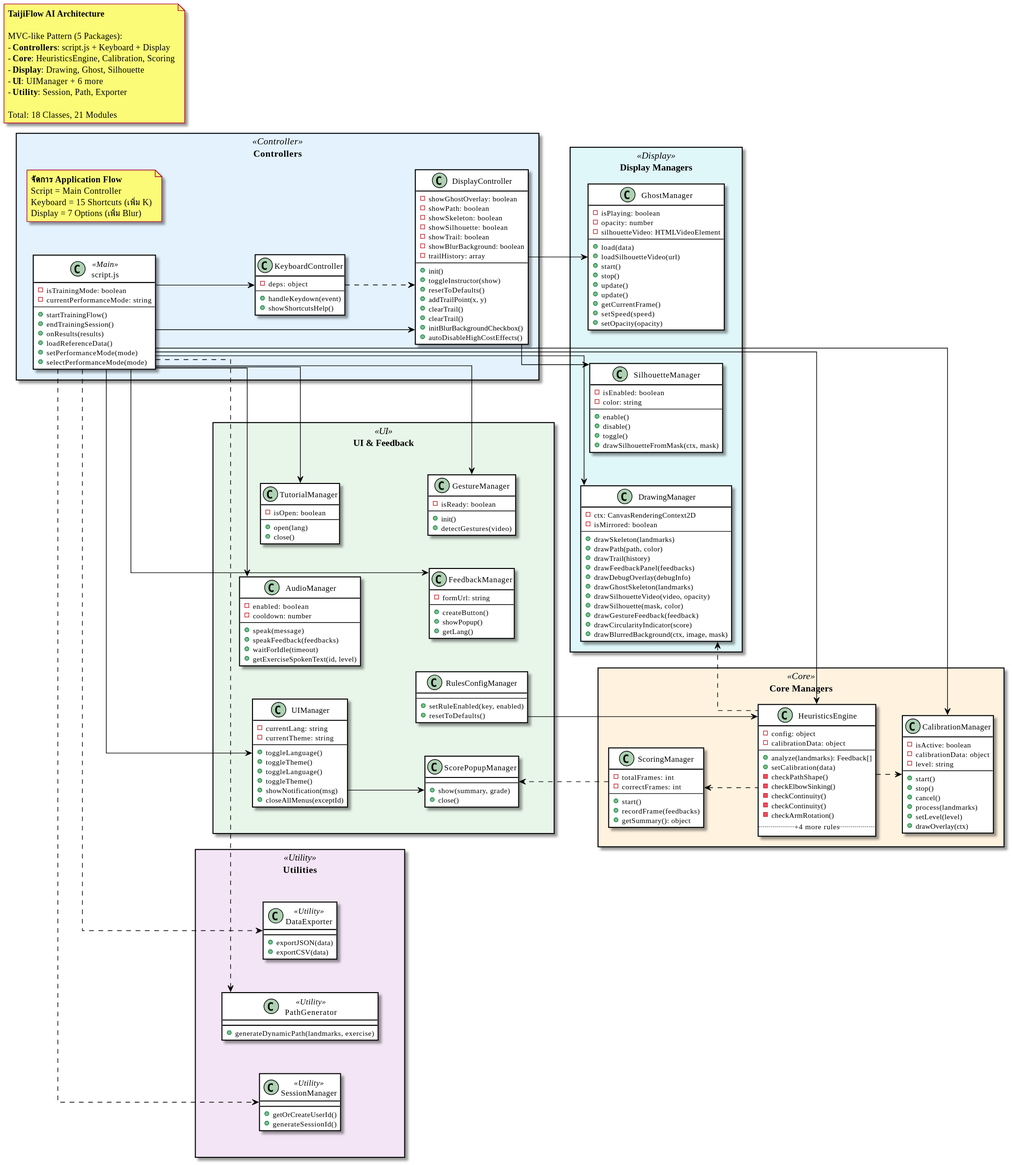
Above: out/docs/diagrams/ClassDiagram/TaijiFlow_Class_Diagram.svg in vyut/TaijiFlow (PlantUML), before the change.
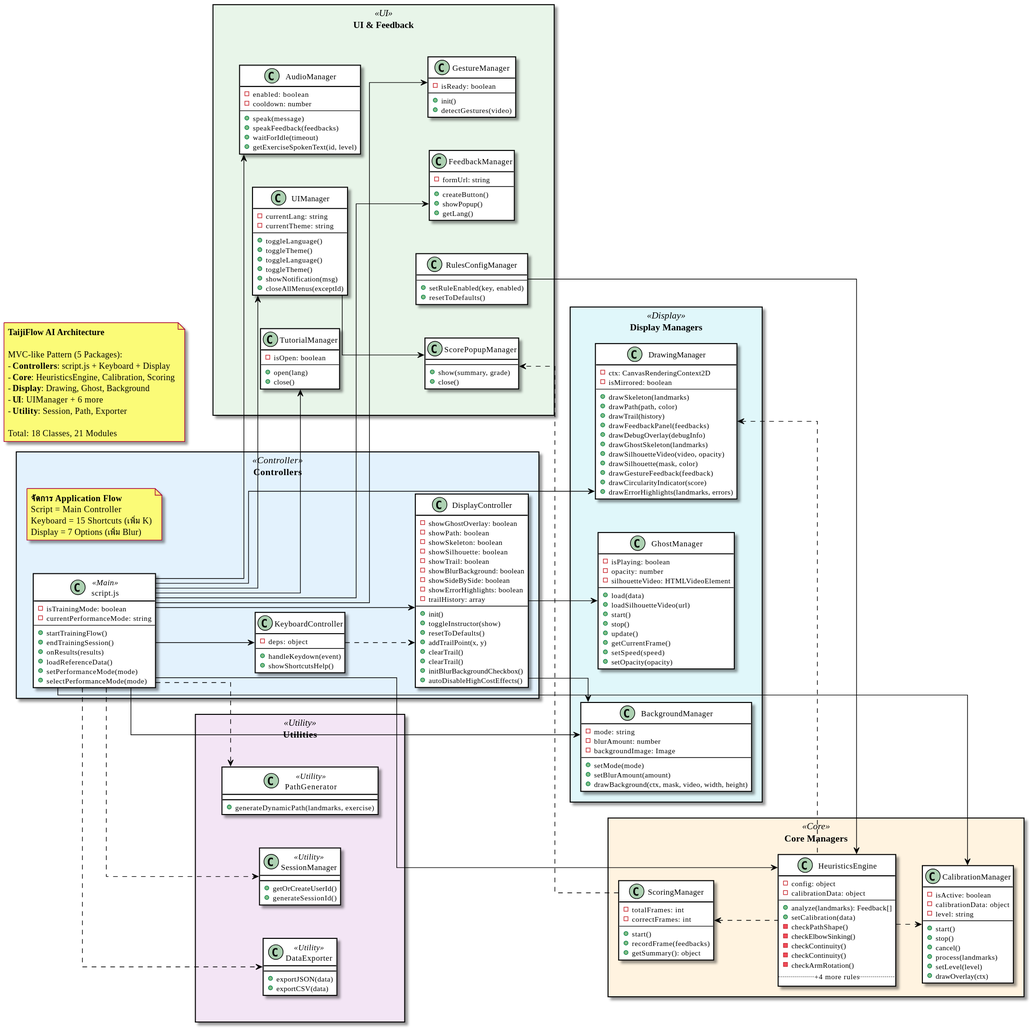
Above is the later version.

What changed in the source:
```diff
@@ -49,6 +49,8 @@
         - showSilhouette: boolean
         - showTrail: boolean
         - showBlurBackground: boolean
+        - showSideBySide: boolean
+        - showErrorHighlights: boolean
         - trailHistory: array
         --
         + init()
@@ -110,6 +112,16 @@
 
 
 package "Display Managers" <<Display>> {
+    class BackgroundManager {
+        - mode: string
+        - blurAmount: number
+        - backgroundImage: Image
+        --
+        + setMode(mode)
+        + setBlurAmount(amount)
+        + drawBackground(ctx, mask, video, width, height)
+    }
+
     class DrawingManager {
         - ctx: CanvasRenderingContext2D
         - isMirrored: boolean
@@ -124,7 +136,7 @@
         + drawSilhouette(mask, color)
         + drawGestureFeedback(feedback)
         + drawCircularityIndicator(score)
-        + drawBlurredBackground(ctx, image, mask)
+        + drawErrorHighlights(landmarks, errors)
     }
 
     class GhostManager {
@@ -137,24 +149,13 @@
         + start()
         + stop()
         + update()
-        + update()
         + getCurrentFrame()
         + setSpeed(speed)
         + setOpacity(opacity)
     }
 
-    class SilhouetteManager {
-        - isEnabled: boolean
-        - color: string
-        --
-        + enable()
-        + disable()
-        + toggle()
-        + drawSilhouetteFromMask(ctx, mask)
-    }
-
     DrawingManager -[hidden]right- GhostManager
-    GhostManager -[hidden]right- SilhouetteManager
+    GhostManager -[hidden]right- BackgroundManager
 }
 
 
@@ -253,13 +254,14 @@
 Script --> HeuristicsEngine
 Script --> CalibrationManager
 Script --> DrawingManager
+Script --> BackgroundManager
 Script --> UIManager
 Script --> AudioManager
 Script --> TutorialManager
 Script --> GestureManager
 
 DisplayController --> GhostManager
-DisplayController --> SilhouetteManager
+DisplayController --> BackgroundManager
 KeyboardController ..> DisplayController
 
 HeuristicsEngine ..> CalibrationManager
@@ -282,7 +284,7 @@
     MVC-like Pattern (5 Packages):
     - **Controllers**: script.js + Keyboard + Display
     - **Core**: HeuristicsEngine, Calibration, Scoring
-    - **Display**: Drawing, Ghost, Silhouette
+    - **Display**: Drawing, Ghost, Background
     - **UI**: UIManager + 6 more
     - **Utility**: Session, Path, Exporter
 
```
